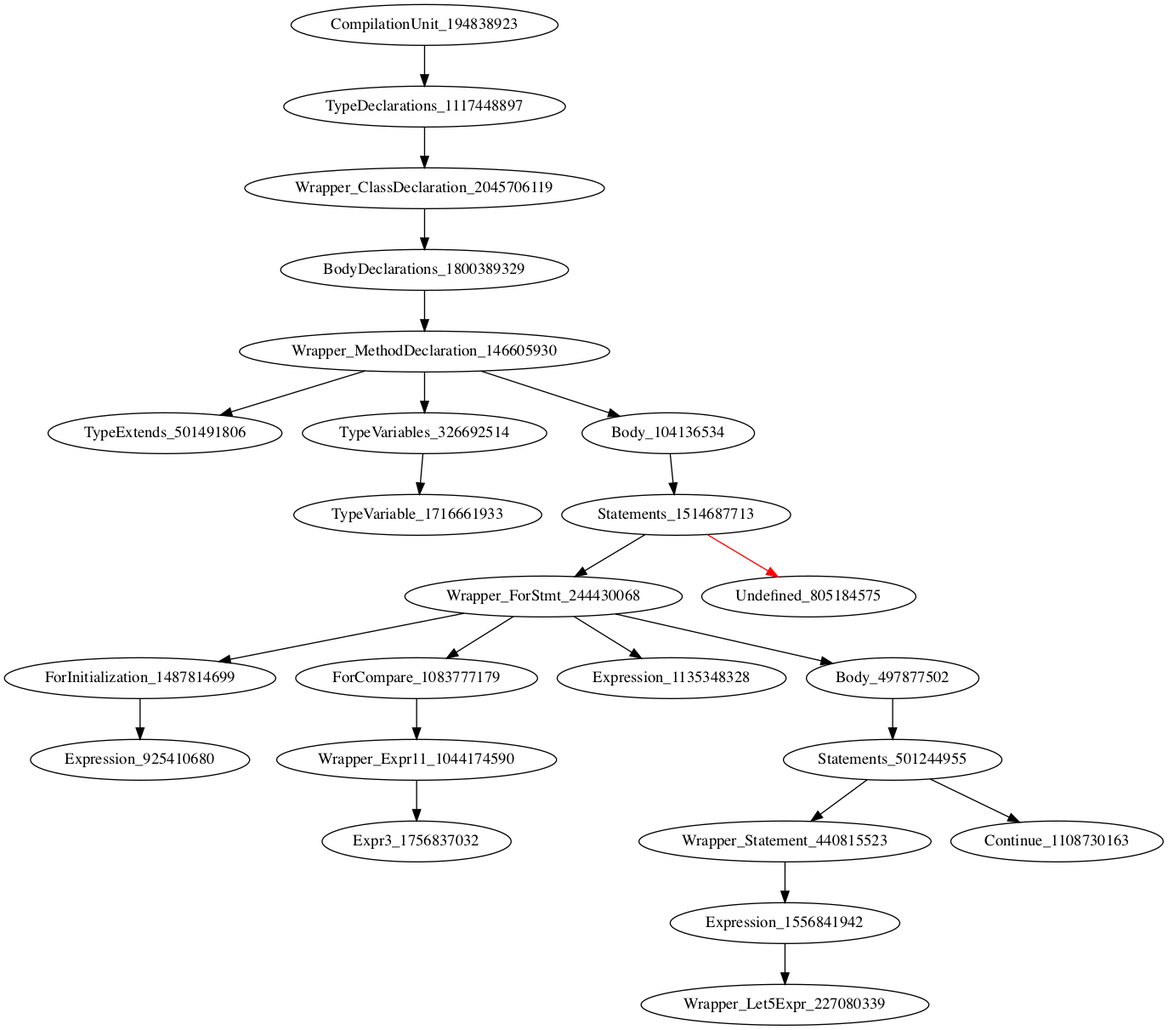
Before: holeAST.png, a diagram exported from Graphviz (icse2023material/VoiceJava). Its source is kept beside it as holeAST.dot.
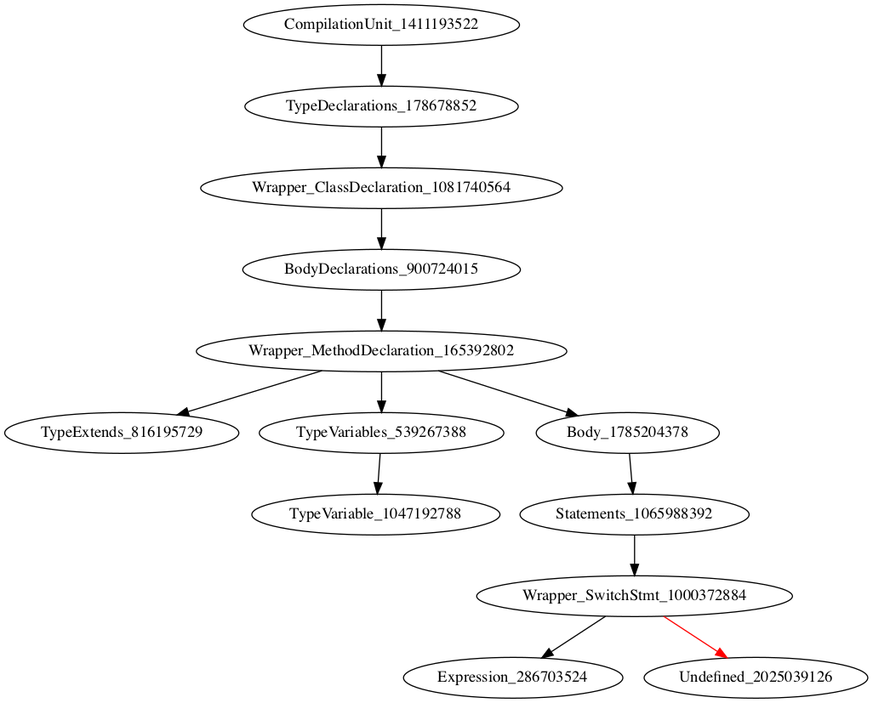
The same diagram one commit later.

Change to the diagram source:
```diff
@@ -1,25 +1,14 @@
 digraph {
-CompilationUnit_194838923 -> TypeDeclarations_1117448897
-TypeDeclarations_1117448897 -> Wrapper_ClassDeclaration_2045706119
-Wrapper_ClassDeclaration_2045706119 -> BodyDeclarations_1800389329
-BodyDeclarations_1800389329 -> Wrapper_MethodDeclaration_146605930
-Wrapper_MethodDeclaration_146605930 -> TypeExtends_501491806
-Wrapper_MethodDeclaration_146605930 -> TypeVariables_326692514
-Wrapper_MethodDeclaration_146605930 -> Body_104136534
-TypeVariables_326692514 -> TypeVariable_1716661933
-Body_104136534 -> Statements_1514687713
-Statements_1514687713 -> Wrapper_ForStmt_244430068
-Statements_1514687713 -> Undefined_805184575 [color = red]
-Wrapper_ForStmt_244430068 -> ForInitialization_1487814699
-Wrapper_ForStmt_244430068 -> ForCompare_1083777179
-Wrapper_ForStmt_244430068 -> Expression_1135348328
-Wrapper_ForStmt_244430068 -> Body_497877502
-ForInitialization_1487814699 -> Expression_925410680
-ForCompare_1083777179 -> Wrapper_Expr11_1044174590
-Body_497877502 -> Statements_501244955
-Wrapper_Expr11_1044174590 -> Expr3_1756837032
-Statements_501244955 -> Wrapper_Statement_440815523
-Statements_501244955 -> Continue_1108730163
-Wrapper_Statement_440815523 -> Expression_1556841942
-Expression_1556841942 -> Wrapper_Let5Expr_227080339
+CompilationUnit_1411193522 -> TypeDeclarations_178678852
+TypeDeclarations_178678852 -> Wrapper_ClassDeclaration_1081740564
+Wrapper_ClassDeclaration_1081740564 -> BodyDeclarations_900724015
+BodyDeclarations_900724015 -> Wrapper_MethodDeclaration_165392802
+Wrapper_MethodDeclaration_165392802 -> TypeExtends_816195729
+Wrapper_MethodDeclaration_165392802 -> TypeVariables_539267388
+Wrapper_MethodDeclaration_165392802 -> Body_1785204378
+TypeVariables_539267388 -> TypeVariable_1047192788
+Body_1785204378 -> Statements_1065988392
+Statements_1065988392 -> Wrapper_SwitchStmt_1000372884
+Wrapper_SwitchStmt_1000372884 -> Expression_286703524
+Wrapper_SwitchStmt_1000372884 -> Undefined_2025039126 [color = red]
 }
```
